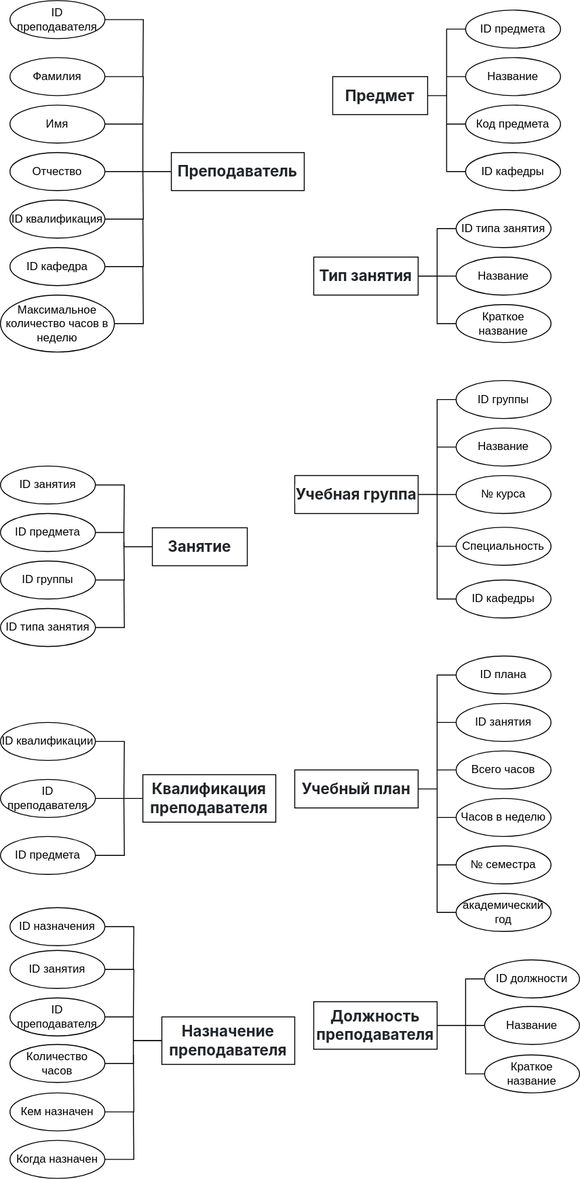
Before: db_concept.drawio.svg, a diagram exported from draw.io (ksinph/PSTU_LABS_2023). Source tidied: cells renumbered, new cells last; positions are measured from the earlier drawing's top-left corner, leaving out a move shared by most shapes.
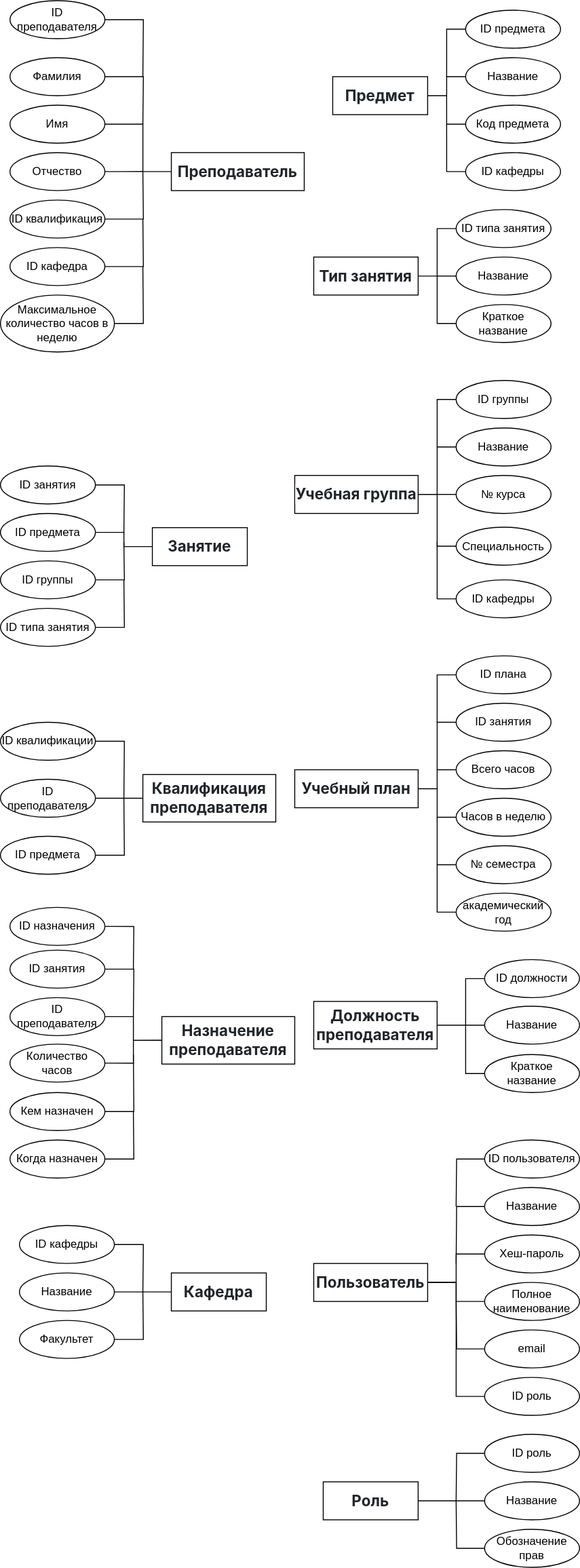
Above is the later version.

Diff of the diagram source:
```diff
@@ -342,5 +342,100 @@
     <mxCell id="92" value="Краткое название" style="ellipse;whiteSpace=wrap;html=1;align=center;" parent="1" vertex="1">
       <mxGeometry x="510" y="1110" width="100" height="40" as="geometry" />
     </mxCell>
+    <mxCell id="93" value="&lt;span style=&quot;box-sizing: border-box; font-weight: bolder; color: rgb(33, 37, 41); font-family: -apple-system, BlinkMacSystemFont, &amp;quot;Segoe UI&amp;quot;, Roboto, &amp;quot;Helvetica Neue&amp;quot;, Arial, &amp;quot;Noto Sans&amp;quot;, sans-serif, &amp;quot;Apple Color Emoji&amp;quot;, &amp;quot;Segoe UI Emoji&amp;quot;, &amp;quot;Segoe UI Symbol&amp;quot;, &amp;quot;Noto Color Emoji&amp;quot;; font-size: 16px; text-align: left; background-color: rgb(255, 255, 255);&quot;&gt;Кафедра&lt;/span&gt;" style="whiteSpace=wrap;html=1;align=center;" parent="1" vertex="1">
+      <mxGeometry x="180" y="1340" width="100" height="40" as="geometry" />
+    </mxCell>
+    <mxCell id="94" style="edgeStyle=orthogonalEdgeStyle;rounded=0;jettySize=auto;html=1;exitX=1;exitY=0.5;exitDx=0;exitDy=0;endArrow=none;startFill=0;" parent="1" edge="1" source="95">
+      <mxGeometry relative="1" as="geometry">
+        <mxPoint x="150" y="1360" as="targetPoint" />
+      </mxGeometry>
+    </mxCell>
+    <mxCell id="95" value="ID кафедры" style="ellipse;whiteSpace=wrap;html=1;align=center;" parent="1" vertex="1">
+      <mxGeometry x="20" y="1290" width="100" height="40" as="geometry" />
+    </mxCell>
+    <mxCell id="96" style="edgeStyle=orthogonalEdgeStyle;rounded=0;jettySize=auto;html=1;exitX=1;exitY=0.5;exitDx=0;exitDy=0;entryX=0;entryY=0.5;entryDx=0;entryDy=0;endArrow=none;startFill=0;" parent="1" edge="1" source="97" target="93">
+      <mxGeometry relative="1" as="geometry" />
+    </mxCell>
+    <mxCell id="97" value="Название" style="ellipse;whiteSpace=wrap;html=1;align=center;" parent="1" vertex="1">
+      <mxGeometry x="20" y="1340" width="100" height="40" as="geometry" />
+    </mxCell>
+    <mxCell id="98" style="edgeStyle=orthogonalEdgeStyle;rounded=0;jettySize=auto;html=1;exitX=1;exitY=0.5;exitDx=0;exitDy=0;endArrow=none;startFill=0;" parent="1" edge="1" source="99">
+      <mxGeometry relative="1" as="geometry">
+        <mxPoint x="150" y="1360" as="targetPoint" />
+      </mxGeometry>
+    </mxCell>
+    <mxCell id="99" value="Факультет" style="ellipse;whiteSpace=wrap;html=1;align=center;" parent="1" vertex="1">
+      <mxGeometry x="20" y="1390" width="100" height="40" as="geometry" />
+    </mxCell>
+    <mxCell id="100" value="&lt;span style=&quot;box-sizing: border-box; font-weight: bolder; color: rgb(33, 37, 41); font-family: -apple-system, BlinkMacSystemFont, &amp;quot;Segoe UI&amp;quot;, Roboto, &amp;quot;Helvetica Neue&amp;quot;, Arial, &amp;quot;Noto Sans&amp;quot;, sans-serif, &amp;quot;Apple Color Emoji&amp;quot;, &amp;quot;Segoe UI Emoji&amp;quot;, &amp;quot;Segoe UI Symbol&amp;quot;, &amp;quot;Noto Color Emoji&amp;quot;; font-size: 16px; text-align: left; background-color: rgb(255, 255, 255);&quot;&gt;Пользователь&lt;/span&gt;" style="whiteSpace=wrap;html=1;align=center;" parent="1" vertex="1">
+      <mxGeometry x="330" y="1330" width="120" height="40" as="geometry" />
+    </mxCell>
+    <mxCell id="101" style="edgeStyle=orthogonalEdgeStyle;rounded=0;jettySize=auto;html=1;exitX=0;exitY=0.5;exitDx=0;exitDy=0;endArrow=none;startFill=0;" parent="1" edge="1" source="102">
+      <mxGeometry relative="1" as="geometry">
+        <mxPoint x="480" y="1270" as="targetPoint" />
+      </mxGeometry>
+    </mxCell>
+    <mxCell id="102" value="ID пользователя" style="ellipse;whiteSpace=wrap;html=1;align=center;" parent="1" vertex="1">
+      <mxGeometry x="510" y="1200" width="100" height="40" as="geometry" />
+    </mxCell>
+    <mxCell id="103" style="edgeStyle=orthogonalEdgeStyle;rounded=0;jettySize=auto;html=1;exitX=0;exitY=0.5;exitDx=0;exitDy=0;endArrow=none;startFill=0;" parent="1" edge="1" source="104">
+      <mxGeometry relative="1" as="geometry">
+        <mxPoint x="480" y="1330" as="targetPoint" />
+      </mxGeometry>
+    </mxCell>
+    <mxCell id="104" value="Название" style="ellipse;whiteSpace=wrap;html=1;align=center;" parent="1" vertex="1">
+      <mxGeometry x="510" y="1250" width="100" height="40" as="geometry" />
+    </mxCell>
+    <mxCell id="105" style="edgeStyle=orthogonalEdgeStyle;rounded=0;jettySize=auto;html=1;exitX=0;exitY=0.5;exitDx=0;exitDy=0;entryX=1;entryY=0.5;entryDx=0;entryDy=0;endArrow=none;startFill=0;" parent="1" edge="1" source="106" target="100">
+      <mxGeometry relative="1" as="geometry" />
+    </mxCell>
+    <mxCell id="106" value="Хеш-пароль" style="ellipse;whiteSpace=wrap;html=1;align=center;" parent="1" vertex="1">
+      <mxGeometry x="510" y="1300" width="100" height="40" as="geometry" />
+    </mxCell>
+    <mxCell id="107" style="edgeStyle=orthogonalEdgeStyle;rounded=0;jettySize=auto;html=1;exitX=0;exitY=0.5;exitDx=0;exitDy=0;endArrow=none;startFill=0;entryX=1;entryY=0.5;entryDx=0;entryDy=0;" parent="1" edge="1" source="108" target="100">
+      <mxGeometry relative="1" as="geometry" />
+    </mxCell>
+    <mxCell id="108" value="Полное наименование" style="ellipse;whiteSpace=wrap;html=1;align=center;" parent="1" vertex="1">
+      <mxGeometry x="510" y="1350" width="100" height="40" as="geometry" />
+    </mxCell>
+    <mxCell id="109" style="edgeStyle=orthogonalEdgeStyle;rounded=0;jettySize=auto;html=1;exitX=0;exitY=0.5;exitDx=0;exitDy=0;endArrow=none;startFill=0;" parent="1" edge="1" source="110">
+      <mxGeometry relative="1" as="geometry">
+        <mxPoint x="480" y="1370" as="targetPoint" />
+      </mxGeometry>
+    </mxCell>
+    <mxCell id="110" value="email" style="ellipse;whiteSpace=wrap;html=1;align=center;" parent="1" vertex="1">
+      <mxGeometry x="510" y="1400" width="100" height="40" as="geometry" />
+    </mxCell>
+    <mxCell id="111" style="edgeStyle=orthogonalEdgeStyle;rounded=0;jettySize=auto;html=1;exitX=0;exitY=0.5;exitDx=0;exitDy=0;entryX=1;entryY=0.5;entryDx=0;entryDy=0;endArrow=none;startFill=0;" parent="1" edge="1" source="112" target="100">
+      <mxGeometry relative="1" as="geometry" />
+    </mxCell>
+    <mxCell id="112" value="ID роль" style="ellipse;whiteSpace=wrap;html=1;align=center;" parent="1" vertex="1">
+      <mxGeometry x="510" y="1450" width="100" height="40" as="geometry" />
+    </mxCell>
+    <mxCell id="113" value="&lt;span style=&quot;box-sizing: border-box; font-weight: bolder; color: rgb(33, 37, 41); font-family: -apple-system, BlinkMacSystemFont, &amp;quot;Segoe UI&amp;quot;, Roboto, &amp;quot;Helvetica Neue&amp;quot;, Arial, &amp;quot;Noto Sans&amp;quot;, sans-serif, &amp;quot;Apple Color Emoji&amp;quot;, &amp;quot;Segoe UI Emoji&amp;quot;, &amp;quot;Segoe UI Symbol&amp;quot;, &amp;quot;Noto Color Emoji&amp;quot;; font-size: 16px; text-align: left; background-color: rgb(255, 255, 255);&quot;&gt;Роль&lt;/span&gt;" style="whiteSpace=wrap;html=1;align=center;" parent="1" vertex="1">
+      <mxGeometry x="340" y="1560" width="100" height="40" as="geometry" />
+    </mxCell>
+    <mxCell id="114" style="edgeStyle=orthogonalEdgeStyle;rounded=0;jettySize=auto;html=1;exitX=0;exitY=0.5;exitDx=0;exitDy=0;endArrow=none;endFill=1;startFill=0;" parent="1" edge="1" source="115">
+      <mxGeometry relative="1" as="geometry">
+        <mxPoint x="480" y="1580" as="targetPoint" />
+      </mxGeometry>
+    </mxCell>
+    <mxCell id="115" value="ID роль" style="ellipse;whiteSpace=wrap;html=1;align=center;" parent="1" vertex="1">
+      <mxGeometry x="510" y="1510" width="100" height="40" as="geometry" />
+    </mxCell>
+    <mxCell id="116" style="edgeStyle=orthogonalEdgeStyle;rounded=0;jettySize=auto;html=1;exitX=0;exitY=0.5;exitDx=0;exitDy=0;entryX=1;entryY=0.5;entryDx=0;entryDy=0;endArrow=none;startFill=0;" parent="1" edge="1" source="117" target="113">
+      <mxGeometry relative="1" as="geometry" />
+    </mxCell>
+    <mxCell id="117" value="Название" style="ellipse;whiteSpace=wrap;html=1;align=center;" parent="1" vertex="1">
+      <mxGeometry x="510" y="1560" width="100" height="40" as="geometry" />
+    </mxCell>
+    <mxCell id="118" style="edgeStyle=orthogonalEdgeStyle;rounded=0;jettySize=auto;html=1;exitX=0;exitY=0.5;exitDx=0;exitDy=0;endArrow=none;startFill=0;" parent="1" edge="1" source="119">
+      <mxGeometry relative="1" as="geometry">
+        <mxPoint x="480" y="1580" as="targetPoint" />
+      </mxGeometry>
+    </mxCell>
+    <mxCell id="119" value="Обозначение прав" style="ellipse;whiteSpace=wrap;html=1;align=center;" parent="1" vertex="1">
+      <mxGeometry x="510" y="1610" width="100" height="40" as="geometry" />
+    </mxCell>
   </root>
 </mxGraphModel>
```
